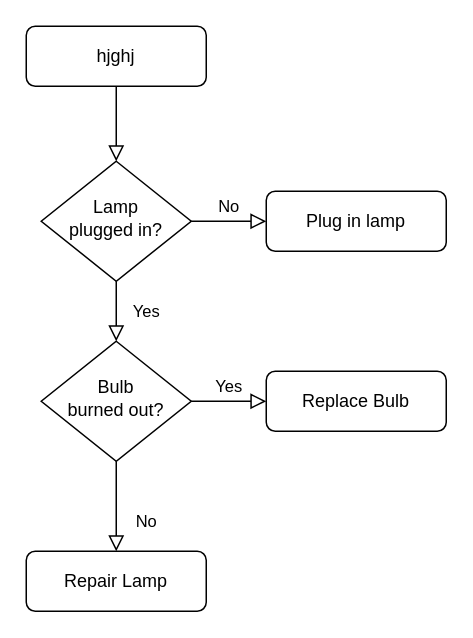
Earlier version of the draw.io diagram Namnlöst diagram.drawio (emdi4663/Genome-Analysis-Paper-I). Source tidied: cells renumbered, new cells numbered last; positions are measured from the earlier drawing's top-left corner, leaving out a move shared by most shapes. Both pictures are drawn from the tidied source at 150%, with x=0, y=0 at pixel (26, 26).
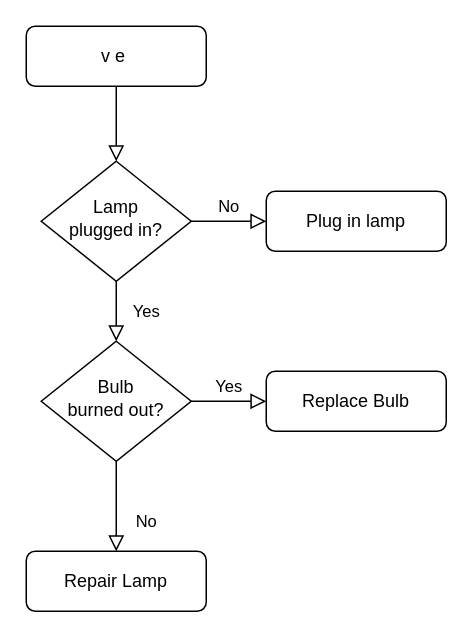
The same diagram, later.

Change to the diagram source:
```diff
@@
 <mxGraphModel>
   <root>
     <mxCell id="0" />
     <mxCell id="1" parent="0" />
     <mxCell id="2" style="rounded=0;html=1;jettySize=auto;fontSize=11;endArrow=block;endFill=0;endSize=8;strokeWidth=1;shadow=0;labelBackgroundColor=none;edgeStyle=orthogonalEdgeStyle;" parent="1" edge="1" source="3" target="6">
       <mxGeometry relative="1" as="geometry" />
     </mxCell>
-    <mxCell id="3" value="hjghj" style="rounded=1;whiteSpace=wrap;html=1;fontSize=12;glass=0;strokeWidth=1;shadow=0;" parent="1" vertex="1">
+    <mxCell id="3" value="v e&amp;nbsp;" style="rounded=1;whiteSpace=wrap;html=1;fontSize=12;glass=0;strokeWidth=1;shadow=0;" parent="1" vertex="1">
       <mxGeometry width="120" height="40" as="geometry" />
     </mxCell>
     <mxCell id="4" value="Yes" style="rounded=0;html=1;jettySize=auto;fontSize=11;endArrow=block;endFill=0;endSize=8;strokeWidth=1;shadow=0;labelBackgroundColor=none;edgeStyle=orthogonalEdgeStyle;" parent="1" edge="1" source="6" target="10">
       <mxGeometry y="20" relative="1" as="geometry" />
     </mxCell>
     <mxCell id="5" value="No" style="edgeStyle=orthogonalEdgeStyle;rounded=0;html=1;jettySize=auto;fontSize=11;endArrow=block;endFill=0;endSize=8;strokeWidth=1;shadow=0;labelBackgroundColor=none;" parent="1" edge="1" source="6" target="7">
       <mxGeometry y="10" relative="1" as="geometry" />
     </mxCell>
     <mxCell id="6" value="Lamp&lt;br&gt;plugged in?" style="rhombus;whiteSpace=wrap;html=1;shadow=0;fontFamily=Helvetica;fontSize=12;align=center;strokeWidth=1;spacing=6;spacingTop=-4;" parent="1" vertex="1">
       <mxGeometry x="10" y="90" width="100" height="80" as="geometry" />
     </mxCell>
     <mxCell id="7" value="Plug in lamp" style="rounded=1;whiteSpace=wrap;html=1;fontSize=12;glass=0;strokeWidth=1;shadow=0;" parent="1" vertex="1">
       <mxGeometry x="160" y="110" width="120" height="40" as="geometry" />
     </mxCell>
     <mxCell id="8" value="No" style="rounded=0;html=1;jettySize=auto;fontSize=11;endArrow=block;endFill=0;endSize=8;strokeWidth=1;shadow=0;labelBackgroundColor=none;edgeStyle=orthogonalEdgeStyle;" parent="1" edge="1" source="10" target="11">
       <mxGeometry x="0.33" y="20" relative="1" as="geometry" />
     </mxCell>
     <mxCell id="9" value="Yes" style="edgeStyle=orthogonalEdgeStyle;rounded=0;html=1;jettySize=auto;fontSize=11;endArrow=block;endFill=0;endSize=8;strokeWidth=1;shadow=0;labelBackgroundColor=none;" parent="1" edge="1" source="10" target="12">
       <mxGeometry y="10" relative="1" as="geometry" />
     </mxCell>
     <mxCell id="10" value="Bulb&lt;br&gt;burned out?" style="rhombus;whiteSpace=wrap;html=1;shadow=0;fontFamily=Helvetica;fontSize=12;align=center;strokeWidth=1;spacing=6;spacingTop=-4;" parent="1" vertex="1">
       <mxGeometry x="10" y="210" width="100" height="80" as="geometry" />
     </mxCell>
     <mxCell id="11" value="Repair Lamp" style="rounded=1;whiteSpace=wrap;html=1;fontSize=12;glass=0;strokeWidth=1;shadow=0;" parent="1" vertex="1">
       <mxGeometry y="350" width="120" height="40" as="geometry" />
     </mxCell>
     <mxCell id="12" value="Replace Bulb" style="rounded=1;whiteSpace=wrap;html=1;fontSize=12;glass=0;strokeWidth=1;shadow=0;" parent="1" vertex="1">
       <mxGeometry x="160" y="230" width="120" height="40" as="geometry" />
     </mxCell>
   </root>
 </mxGraphModel>
```
